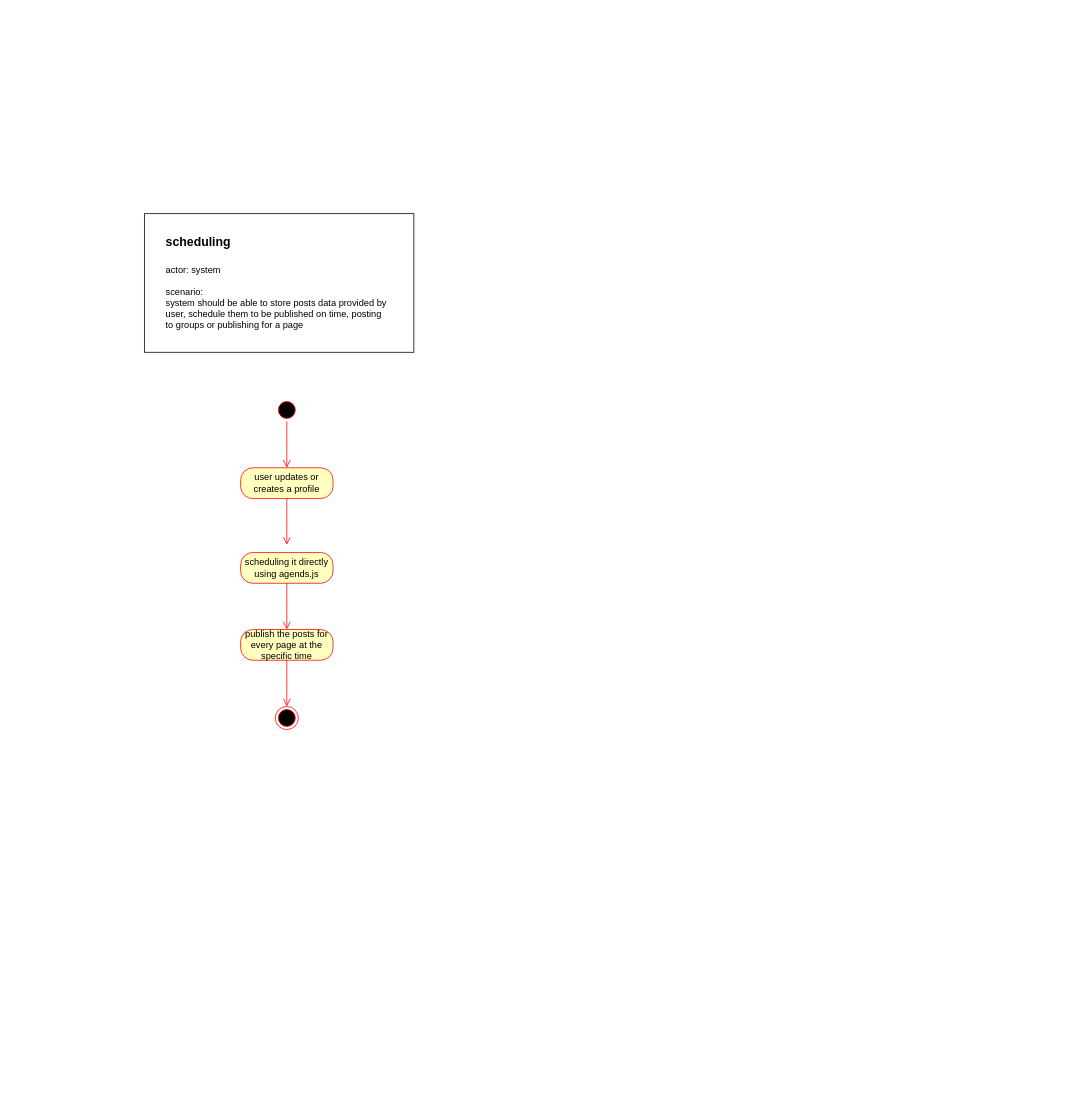
ahmed-elbehairy7/pamylka-system-design keeps this draw.io diagram as page "scheduling" (3 of 3) of auto-post.drawio. Above is the earlier version. Source tidied: cells renumbered, new cells numbered last; positions are measured from the earlier drawing's top-left corner, leaving out a move shared by most shapes. Both pictures are drawn from the tidied source at 77%, with x=0, y=0 at pixel (144, 213).
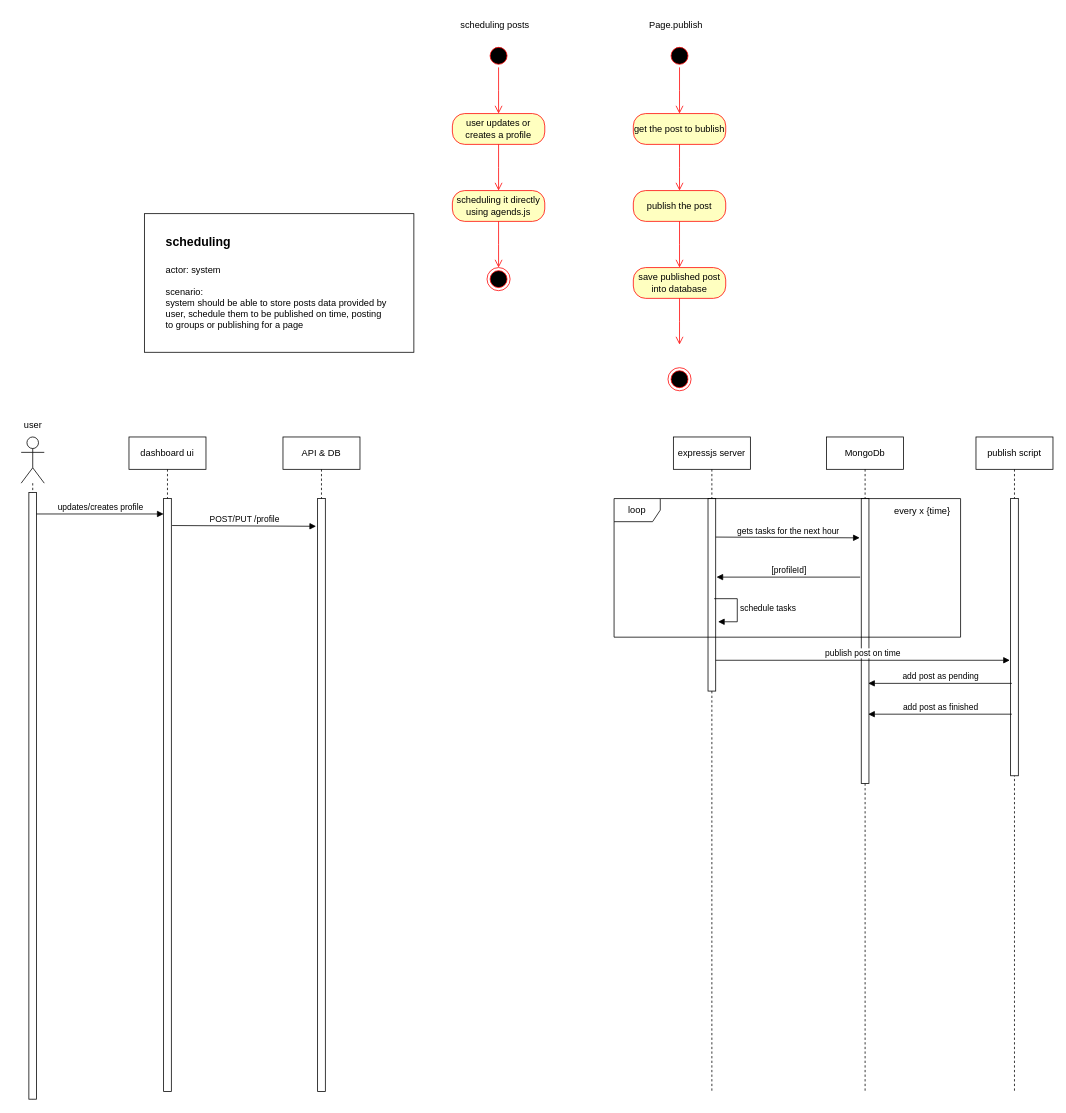
The same page after the edit.

Change to the diagram source:
```diff
@@
     <mxCell id="5" style="ellipse;html=1;shape=startState;fillColor=#000000;strokeColor=#ff0000;" parent="1" vertex="1">
-      <mxGeometry x="170" y="240" width="30" height="30" as="geometry" />
+      <mxGeometry x="445" y="-220" width="30" height="30" as="geometry" />
     </mxCell>
     <mxCell id="6" style="edgeStyle=orthogonalEdgeStyle;html=1;verticalAlign=bottom;endArrow=open;endSize=8;strokeColor=#ff0000;rounded=0;" parent="1" edge="1" source="5">
       <mxGeometry relative="1" as="geometry">
-        <mxPoint x="185" y="330" as="targetPoint" />
+        <mxPoint x="460" y="-130" as="targetPoint" />
       </mxGeometry>
     </mxCell>
     <mxCell id="7" value="user updates or creates a profile" style="rounded=1;whiteSpace=wrap;html=1;arcSize=40;fontColor=#000000;fillColor=#ffffc0;strokeColor=#ff0000;" parent="1" vertex="1">
-      <mxGeometry x="125" y="330" width="120" height="40" as="geometry" />
+      <mxGeometry x="400" y="-130" width="120" height="40" as="geometry" />
     </mxCell>
     <mxCell id="8" style="edgeStyle=orthogonalEdgeStyle;html=1;verticalAlign=bottom;endArrow=open;endSize=8;strokeColor=#ff0000;rounded=0;" parent="1" edge="1" source="7">
       <mxGeometry relative="1" as="geometry">
-        <mxPoint x="185" y="430" as="targetPoint" />
+        <mxPoint x="460" y="-30" as="targetPoint" />
       </mxGeometry>
     </mxCell>
     <mxCell id="9" value="scheduling it directly using agends.js" style="rounded=1;whiteSpace=wrap;html=1;arcSize=40;fontColor=#000000;fillColor=#ffffc0;strokeColor=#ff0000;" parent="1" vertex="1">
-      <mxGeometry x="125" y="440" width="120" height="40" as="geometry" />
+      <mxGeometry x="400" y="-30" width="120" height="40" as="geometry" />
     </mxCell>
     <mxCell id="10" style="edgeStyle=orthogonalEdgeStyle;html=1;verticalAlign=bottom;endArrow=open;endSize=8;strokeColor=#ff0000;rounded=0;" parent="1" edge="1" source="9">
       <mxGeometry relative="1" as="geometry">
-        <mxPoint x="185" y="540" as="targetPoint" />
+        <mxPoint x="460" y="70" as="targetPoint" />
       </mxGeometry>
     </mxCell>
-    <mxCell id="11" value="publish the posts for every page at the specific time" style="rounded=1;whiteSpace=wrap;html=1;arcSize=40;fontColor=#000000;fillColor=#ffffc0;strokeColor=#ff0000;" parent="1" vertex="1">
-      <mxGeometry x="125" y="540" width="120" height="40" as="geometry" />
-    </mxCell>
-    <mxCell id="12" style="edgeStyle=orthogonalEdgeStyle;html=1;verticalAlign=bottom;endArrow=open;endSize=8;strokeColor=#ff0000;rounded=0;" parent="1" edge="1" source="11">
-      <mxGeometry relative="1" as="geometry">
-        <mxPoint x="185" y="640" as="targetPoint" />
-      </mxGeometry>
-    </mxCell>
     <mxCell id="13" style="ellipse;html=1;shape=endState;fillColor=#000000;strokeColor=#ff0000;" parent="1" vertex="1">
-      <mxGeometry x="170" y="640" width="30" height="30" as="geometry" />
+      <mxGeometry x="445" y="70" width="30" height="30" as="geometry" />
     </mxCell>
+    <mxCell id="14" value="scheduling posts" style="text;html=1;align=center;verticalAlign=middle;strokeColor=none;fillColor=none;" parent="1" vertex="1">
+      <mxGeometry x="400" y="-260" width="110" height="30" as="geometry" />
+    </mxCell>
+    <mxCell id="15" style="ellipse;html=1;shape=startState;fillColor=#000000;strokeColor=#ff0000;" parent="1" vertex="1">
+      <mxGeometry x="680" y="-220" width="30" height="30" as="geometry" />
+    </mxCell>
+    <mxCell id="16" style="edgeStyle=orthogonalEdgeStyle;html=1;verticalAlign=bottom;endArrow=open;endSize=8;strokeColor=#ff0000;rounded=0;" parent="1" edge="1" source="15">
+      <mxGeometry relative="1" as="geometry">
+        <mxPoint x="695" y="-130" as="targetPoint" />
+      </mxGeometry>
+    </mxCell>
+    <mxCell id="17" value="get the post to bublish" style="rounded=1;whiteSpace=wrap;html=1;arcSize=40;fontColor=#000000;fillColor=#ffffc0;strokeColor=#ff0000;" parent="1" vertex="1">
+      <mxGeometry x="635" y="-130" width="120" height="40" as="geometry" />
+    </mxCell>
+    <mxCell id="18" style="edgeStyle=orthogonalEdgeStyle;html=1;verticalAlign=bottom;endArrow=open;endSize=8;strokeColor=#ff0000;rounded=0;" parent="1" edge="1" source="17">
+      <mxGeometry relative="1" as="geometry">
+        <mxPoint x="695" y="-30" as="targetPoint" />
+      </mxGeometry>
+    </mxCell>
+    <mxCell id="19" value="publish the post" style="rounded=1;whiteSpace=wrap;html=1;arcSize=40;fontColor=#000000;fillColor=#ffffc0;strokeColor=#ff0000;" parent="1" vertex="1">
+      <mxGeometry x="635" y="-30" width="120" height="40" as="geometry" />
+    </mxCell>
+    <mxCell id="20" style="edgeStyle=orthogonalEdgeStyle;html=1;verticalAlign=bottom;endArrow=open;endSize=8;strokeColor=#ff0000;rounded=0;" parent="1" edge="1" source="19">
+      <mxGeometry relative="1" as="geometry">
+        <mxPoint x="695" y="70" as="targetPoint" />
+      </mxGeometry>
+    </mxCell>
+    <mxCell id="21" style="ellipse;html=1;shape=endState;fillColor=#000000;strokeColor=#ff0000;" parent="1" vertex="1">
+      <mxGeometry x="680" y="200" width="30" height="30" as="geometry" />
+    </mxCell>
+    <mxCell id="22" value="Page.publish" style="text;html=1;align=center;verticalAlign=middle;strokeColor=none;fillColor=none;" parent="1" vertex="1">
+      <mxGeometry x="645" y="-260" width="90" height="30" as="geometry" />
+    </mxCell>
+    <mxCell id="23" value="save published post into database" style="rounded=1;whiteSpace=wrap;html=1;arcSize=40;fontColor=#000000;fillColor=#ffffc0;strokeColor=#ff0000;" parent="1" vertex="1">
+      <mxGeometry x="635" y="70" width="120" height="40" as="geometry" />
+    </mxCell>
+    <mxCell id="24" style="edgeStyle=orthogonalEdgeStyle;html=1;verticalAlign=bottom;endArrow=open;endSize=8;strokeColor=#ff0000;rounded=0;" parent="1" edge="1" source="23">
+      <mxGeometry relative="1" as="geometry">
+        <mxPoint x="695" y="170" as="targetPoint" />
+      </mxGeometry>
+    </mxCell>
+    <mxCell id="25" style="shape=umlLifeline;perimeter=lifelinePerimeter;whiteSpace=wrap;html=1;newEdgeStyle={&quot;curved&quot;:0,&quot;rounded&quot;:0};participant=umlActor;size=60;" parent="1" vertex="1">
+      <mxGeometry x="-160" y="290" width="30" height="860" as="geometry" />
+    </mxCell>
+    <mxCell id="26" style="html=1;perimeter=orthogonalPerimeter;targetShapes=umlLifeline;newEdgeStyle={&quot;curved&quot;:0,&quot;rounded&quot;:0};" parent="25" vertex="1">
+      <mxGeometry x="10" y="72" width="10" height="788" as="geometry" />
+    </mxCell>
+    <mxCell id="27" value="user" style="text;html=1;align=center;verticalAlign=middle;strokeColor=none;fillColor=none;" parent="1" vertex="1">
+      <mxGeometry x="-170" y="260" width="50" height="30" as="geometry" />
+    </mxCell>
+    <mxCell id="28" value="dashboard ui" style="shape=umlLifeline;perimeter=lifelinePerimeter;whiteSpace=wrap;html=1;newEdgeStyle={&quot;curved&quot;:0,&quot;rounded&quot;:0};size=42;" parent="1" vertex="1">
+      <mxGeometry x="-20" y="290" width="100" height="850" as="geometry" />
+    </mxCell>
+    <mxCell id="29" style="html=1;perimeter=orthogonalPerimeter;targetShapes=umlLifeline;newEdgeStyle={&quot;curved&quot;:0,&quot;rounded&quot;:0};" parent="28" vertex="1">
+      <mxGeometry x="45" y="80" width="10" height="770" as="geometry" />
+    </mxCell>
+    <mxCell id="30" value="API &amp;amp; DB" style="shape=umlLifeline;perimeter=lifelinePerimeter;whiteSpace=wrap;html=1;newEdgeStyle={&quot;curved&quot;:0,&quot;rounded&quot;:0};size=42;" parent="1" vertex="1">
+      <mxGeometry x="180" y="290" width="100" height="850" as="geometry" />
+    </mxCell>
+    <mxCell id="31" style="html=1;perimeter=orthogonalPerimeter;targetShapes=umlLifeline;newEdgeStyle={&quot;curved&quot;:0,&quot;rounded&quot;:0};" parent="30" vertex="1">
+      <mxGeometry x="45" y="80" width="10" height="770" as="geometry" />
+    </mxCell>
+    <mxCell id="32" value="updates/creates profile" style="html=1;verticalAlign=bottom;endArrow=block;curved=0;rounded=0;" parent="1" edge="1">
+      <mxGeometry relative="1" as="geometry">
+        <mxPoint x="-140" y="390" as="sourcePoint" />
+        <mxPoint x="25" y="390" as="targetPoint" />
+      </mxGeometry>
+    </mxCell>
+    <mxCell id="33" value="POST/PUT /profile" style="html=1;verticalAlign=bottom;endArrow=block;curved=0;rounded=0;" parent="1" edge="1">
+      <mxGeometry relative="1" as="geometry">
+        <mxPoint x="36" y="405" as="sourcePoint" />
+        <mxPoint x="223" y="406" as="targetPoint" />
+      </mxGeometry>
+    </mxCell>
+    <mxCell id="34" value="expressjs server" style="shape=umlLifeline;perimeter=lifelinePerimeter;whiteSpace=wrap;html=1;newEdgeStyle={&quot;curved&quot;:0,&quot;rounded&quot;:0};size=42;" parent="1" vertex="1">
+      <mxGeometry x="687" y="290" width="100" height="850" as="geometry" />
+    </mxCell>
+    <mxCell id="35" style="html=1;perimeter=orthogonalPerimeter;targetShapes=umlLifeline;newEdgeStyle={&quot;curved&quot;:0,&quot;rounded&quot;:0};" parent="34" vertex="1">
+      <mxGeometry x="45" y="80" width="10" height="250" as="geometry" />
+    </mxCell>
+    <mxCell id="36" value="MongoDb" style="shape=umlLifeline;perimeter=lifelinePerimeter;whiteSpace=wrap;html=1;newEdgeStyle={&quot;curved&quot;:0,&quot;rounded&quot;:0};size=42;" parent="1" vertex="1">
+      <mxGeometry x="886" y="290" width="100" height="850" as="geometry" />
+    </mxCell>
+    <mxCell id="37" style="html=1;perimeter=orthogonalPerimeter;targetShapes=umlLifeline;newEdgeStyle={&quot;curved&quot;:0,&quot;rounded&quot;:0};" parent="36" vertex="1">
+      <mxGeometry x="45" y="80" width="10" height="370" as="geometry" />
+    </mxCell>
+    <mxCell id="38" value="gets tasks for the next hour" style="html=1;verticalAlign=bottom;endArrow=block;curved=0;rounded=0;" parent="1" edge="1">
+      <mxGeometry relative="1" as="geometry">
+        <mxPoint x="742" y="420" as="sourcePoint" />
+        <mxPoint x="929" y="421" as="targetPoint" />
+      </mxGeometry>
+    </mxCell>
+    <mxCell id="39" value="[profileId]" style="html=1;verticalAlign=bottom;endArrow=block;curved=0;rounded=0;" parent="1" edge="1">
+      <mxGeometry relative="1" as="geometry">
+        <mxPoint x="929.6" y="472" as="sourcePoint" />
+        <mxPoint x="743" y="472" as="targetPoint" />
+      </mxGeometry>
+    </mxCell>
+    <mxCell id="40" value="schedule tasks" style="html=1;align=left;spacingLeft=2;endArrow=block;rounded=0;edgeStyle=orthogonalEdgeStyle;curved=0;rounded=0;" parent="1" edge="1">
+      <mxGeometry relative="1" as="geometry">
+        <mxPoint x="740" y="500" as="sourcePoint" />
+        <mxPoint x="745" y="530" as="targetPoint" />
+        <Array as="points">
+          <mxPoint x="770" y="530" />
+        </Array>
+      </mxGeometry>
+    </mxCell>
+    <mxCell id="41" value="loop" style="shape=umlFrame;whiteSpace=wrap;html=1;" parent="1" vertex="1">
+      <mxGeometry x="610" y="370" width="450" height="180" as="geometry" />
+    </mxCell>
+    <mxCell id="42" value="every x {time}" style="text;html=1;align=center;verticalAlign=middle;strokeColor=none;fillColor=none;" parent="1" vertex="1">
+      <mxGeometry x="960" y="371" width="100" height="30" as="geometry" />
+    </mxCell>
+    <mxCell id="43" value="publish script" style="shape=umlLifeline;perimeter=lifelinePerimeter;whiteSpace=wrap;html=1;newEdgeStyle={&quot;curved&quot;:0,&quot;rounded&quot;:0};size=42;" parent="1" vertex="1">
+      <mxGeometry x="1080" y="290" width="100" height="850" as="geometry" />
+    </mxCell>
+    <mxCell id="44" style="html=1;perimeter=orthogonalPerimeter;targetShapes=umlLifeline;newEdgeStyle={&quot;curved&quot;:0,&quot;rounded&quot;:0};" parent="43" vertex="1">
+      <mxGeometry x="45" y="80" width="10" height="360" as="geometry" />
+    </mxCell>
+    <mxCell id="45" value="publish post on time" style="html=1;verticalAlign=bottom;endArrow=block;curved=0;rounded=0;" parent="1" edge="1">
+      <mxGeometry relative="1" as="geometry">
+        <mxPoint x="742" y="580" as="sourcePoint" />
+        <mxPoint x="1124" y="580" as="targetPoint" />
+      </mxGeometry>
+    </mxCell>
+    <mxCell id="46" value="add post as finished" style="html=1;verticalAlign=bottom;endArrow=block;curved=0;rounded=0;" parent="1" edge="1">
+      <mxGeometry relative="1" as="geometry">
+        <mxPoint x="1126.6" y="650" as="sourcePoint" />
+        <mxPoint x="940" y="650" as="targetPoint" />
+      </mxGeometry>
+    </mxCell>
+    <mxCell id="47" value="add post as pending" style="html=1;verticalAlign=bottom;endArrow=block;curved=0;rounded=0;" parent="1" edge="1">
+      <mxGeometry relative="1" as="geometry">
+        <mxPoint x="1126.6" y="610" as="sourcePoint" />
+        <mxPoint x="940" y="610" as="targetPoint" />
+      </mxGeometry>
+    </mxCell>
```
